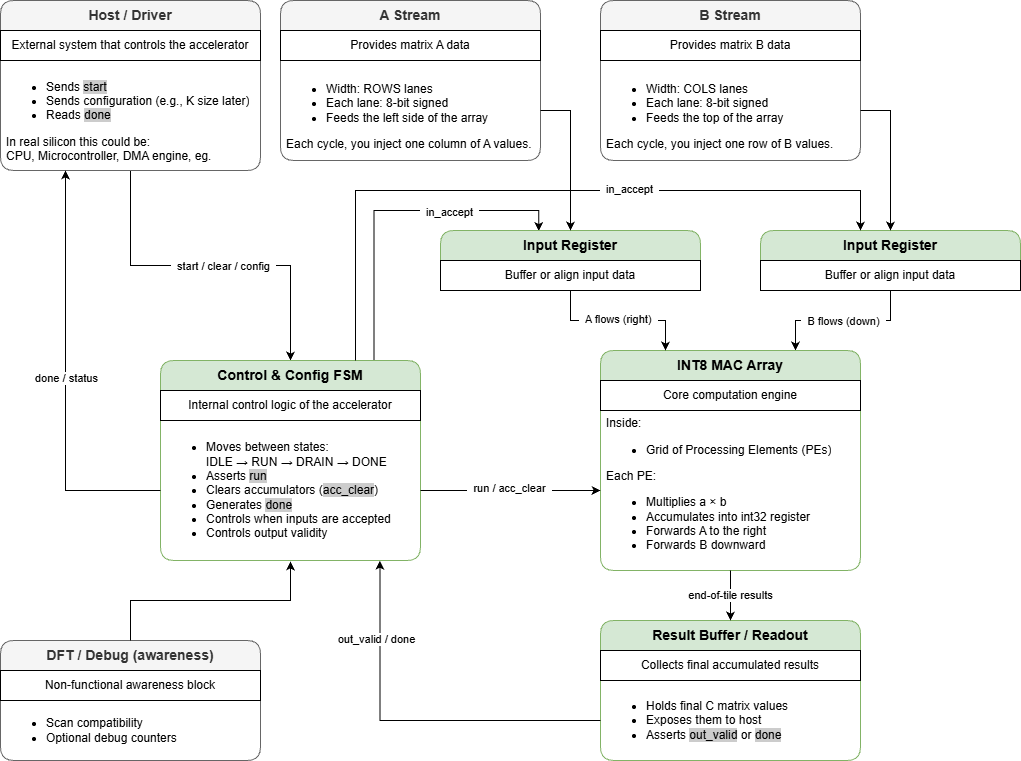
Earlier version of the draw.io export docs/figures/arch_overview.png (LironKng/int8-mac-array-accelerator). Source tidied: cells renumbered, new cells last; positions are measured from the earlier drawing's top-left corner, leaving out a move shared by most shapes.
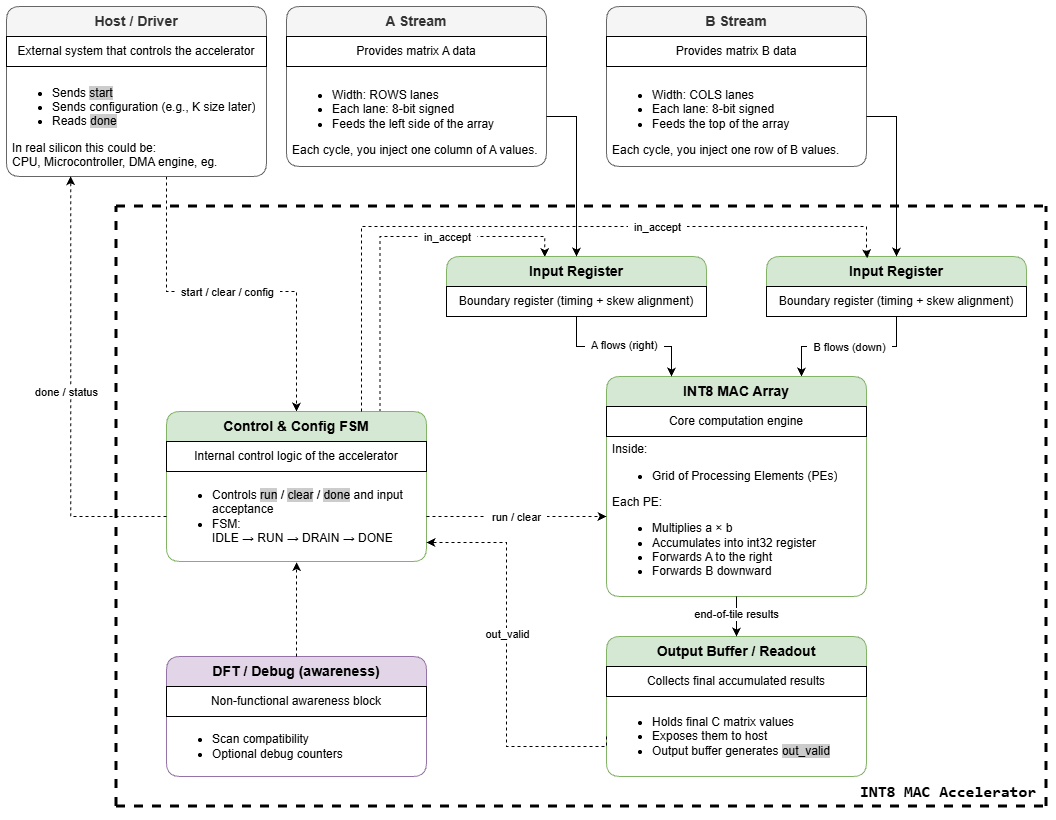
Above is the later version.

Commit message:
docs/figures: update arch_overview diagram

What changed in the source:
```diff
@@ -4,7 +4,7 @@
     <mxCell id="1" parent="0" />
-    <mxCell id="2" style="edgeStyle=orthogonalEdgeStyle;rounded=0;jettySize=auto;html=1;entryX=0.5;entryY=0;entryDx=0;entryDy=0;" parent="1" edge="1" target="9">
+    <mxCell id="2" style="edgeStyle=orthogonalEdgeStyle;rounded=0;jettySize=auto;html=1;entryX=0.5;entryY=0;entryDx=0;entryDy=0;exitX=0.5;exitY=1;exitDx=0;exitDy=0;exitPerimeter=0;dashed=1;" parent="1" edge="1" source="6" target="9">
       <mxGeometry relative="1" as="geometry">
-        <mxPoint x="130" y="170" as="sourcePoint" />
         <Array as="points">
-          <mxPoint x="130" y="265" />
+          <mxPoint x="160" y="150" />
+          <mxPoint x="160" y="265" />
           <mxPoint x="290" y="265" />
@@ -14,6 +14,8 @@
     <mxCell id="3" value="&amp;nbsp; start / clear / config&amp;nbsp;&amp;nbsp;" style="edgeLabel;html=1;align=center;verticalAlign=middle;" parent="2" vertex="1">
-      <mxGeometry x="0.07" relative="1" as="geometry" />
+      <mxGeometry x="0.07" relative="1" as="geometry">
+        <mxPoint x="-6" as="offset" />
+      </mxGeometry>
     </mxCell>
     <mxCell id="4" value="&lt;span style=&quot;font-weight: 700;&quot;&gt;&lt;font style=&quot;font-size: 14px;&quot;&gt;Host / Driver&lt;/font&gt;&lt;/span&gt;" style="swimlane;fontStyle=0;horizontal=1;startSize=30;whiteSpace=wrap;html=1;rounded=1;glass=0;shadow=0;fillColor=#f5f5f5;strokeColor=#666666;fontColor=#333333;" parent="1" vertex="1">
-      <mxGeometry width="260" height="170" as="geometry" />
+      <mxGeometry y="-20" width="260" height="170" as="geometry" />
     </mxCell>
@@ -25,3 +27,3 @@
     </mxCell>
-    <mxCell id="7" style="edgeStyle=orthogonalEdgeStyle;rounded=0;jettySize=auto;html=1;exitX=0.821;exitY=0.003;exitDx=0;exitDy=0;entryX=0.378;entryY=0.009;entryDx=0;entryDy=0;entryPerimeter=0;exitPerimeter=0;" parent="1" edge="1" source="9" target="23">
+    <mxCell id="7" style="edgeStyle=orthogonalEdgeStyle;rounded=0;jettySize=auto;html=1;exitX=0.821;exitY=0.003;exitDx=0;exitDy=0;entryX=0.378;entryY=0.009;entryDx=0;entryDy=0;entryPerimeter=0;exitPerimeter=0;dashed=1;" parent="1" edge="1" source="9" target="23">
       <mxGeometry relative="1" as="geometry">
@@ -34,6 +36,8 @@
     <mxCell id="8" value="&amp;nbsp; in_accept&amp;nbsp;&amp;nbsp;" style="edgeLabel;html=1;align=center;verticalAlign=middle;" parent="7" vertex="1">
-      <mxGeometry x="0.34" y="-1" relative="1" as="geometry" />
+      <mxGeometry x="0.34" y="-1" relative="1" as="geometry">
+        <mxPoint y="-1" as="offset" />
+      </mxGeometry>
     </mxCell>
     <mxCell id="9" value="&lt;span style=&quot;font-weight: 700;&quot;&gt;&lt;font style=&quot;font-size: 14px;&quot;&gt;Control &amp;amp; Config FSM&lt;/font&gt;&lt;/span&gt;" style="swimlane;fontStyle=0;horizontal=1;startSize=30;whiteSpace=wrap;html=1;rounded=1;glass=0;shadow=0;fillColor=#d5e8d4;strokeColor=#82b366;" parent="1" vertex="1">
-      <mxGeometry x="160" y="360" width="260" height="200" as="geometry" />
+      <mxGeometry x="160" y="385" width="260" height="150" as="geometry" />
     </mxCell>
@@ -42,7 +46,7 @@
     </mxCell>
-    <mxCell id="11" value="&lt;ul&gt;&lt;li&gt;&lt;font style=&quot;font-size: 12px;&quot;&gt;Moves between states: &lt;br&gt;IDLE → RUN → DRAIN → DONE&lt;/font&gt;&lt;/li&gt;&lt;li&gt;&lt;font style=&quot;font-size: 12px;&quot;&gt;Asserts &lt;span style=&quot;background-color: rgb(204, 204, 204);&quot;&gt;run&lt;/span&gt;&lt;/font&gt;&lt;/li&gt;&lt;li&gt;&lt;font style=&quot;font-size: 12px;&quot;&gt;Clears accumulators (&lt;span style=&quot;background-color: rgb(204, 204, 204);&quot;&gt;acc_clear&lt;/span&gt;)&lt;/font&gt;&lt;/li&gt;&lt;li&gt;&lt;font style=&quot;font-size: 12px;&quot;&gt;Generates &lt;span style=&quot;background-color: rgb(204, 204, 204);&quot;&gt;done&lt;/span&gt;&lt;/font&gt;&lt;/li&gt;&lt;li&gt;&lt;font style=&quot;font-size: 12px;&quot;&gt;&lt;span&gt;Controls when inputs are accepted&lt;/span&gt;&lt;/font&gt;&lt;/li&gt;&lt;li&gt;&lt;font style=&quot;font-size: 12px;&quot;&gt;&lt;span&gt;Controls output validity&lt;/span&gt;&lt;/font&gt;&lt;/li&gt;&lt;/ul&gt;" style="text;strokeColor=none;fillColor=none;align=left;verticalAlign=middle;spacingLeft=4;spacingRight=4;overflow=hidden;points=[[0,0.5],[1,0.5]];portConstraint=eastwest;whiteSpace=wrap;html=1;" parent="9" vertex="1">
-      <mxGeometry y="60" width="260" height="140" as="geometry" />
+    <mxCell id="11" value="&lt;ul&gt;&lt;li&gt;&lt;font style=&quot;&quot;&gt;Controls &lt;span style=&quot;background-color: rgb(204, 204, 204);&quot;&gt;run&lt;/span&gt;&lt;span&gt;&amp;nbsp;&lt;/span&gt;/&amp;nbsp;&lt;span style=&quot;background-color: rgb(204, 204, 204);&quot;&gt;clear&lt;/span&gt;&lt;span&gt;&amp;nbsp;&lt;/span&gt;/&amp;nbsp;&lt;span style=&quot;background-color: rgb(204, 204, 204);&quot;&gt;done&lt;/span&gt;&lt;span&gt; &lt;/span&gt;and input acceptance&lt;/font&gt;&lt;/li&gt;&lt;li&gt;FSM: &lt;br&gt;IDLE → RUN → DRAIN → DONE&lt;/li&gt;&lt;/ul&gt;" style="text;strokeColor=none;fillColor=none;align=left;verticalAlign=middle;spacingLeft=4;spacingRight=4;overflow=hidden;points=[[0,0.5],[1,0.5]];portConstraint=eastwest;whiteSpace=wrap;html=1;" parent="9" vertex="1">
+      <mxGeometry y="60" width="260" height="90" as="geometry" />
     </mxCell>
     <mxCell id="12" value="&lt;span style=&quot;font-size: 14px;&quot;&gt;&lt;b&gt;A Stream&lt;/b&gt;&lt;/span&gt;" style="swimlane;fontStyle=0;horizontal=1;startSize=30;whiteSpace=wrap;html=1;rounded=1;glass=0;shadow=0;fillColor=#f5f5f5;strokeColor=#666666;fontColor=#333333;" parent="1" vertex="1">
-      <mxGeometry x="280" width="260" height="160" as="geometry" />
+      <mxGeometry x="280" y="-20" width="260" height="160" as="geometry" />
     </mxCell>
@@ -55,3 +59,3 @@
     <mxCell id="15" value="&lt;span style=&quot;font-size: 14px;&quot;&gt;&lt;b&gt;B Stream&lt;/b&gt;&lt;/span&gt;" style="swimlane;fontStyle=0;horizontal=1;startSize=30;whiteSpace=wrap;html=1;rounded=1;glass=0;shadow=0;fillColor=#f5f5f5;strokeColor=#666666;fontColor=#333333;" parent="1" vertex="1">
-      <mxGeometry x="600" width="260" height="160" as="geometry" />
+      <mxGeometry x="600" y="-20" width="260" height="160" as="geometry" />
     </mxCell>
@@ -63,4 +67,4 @@
     </mxCell>
-    <mxCell id="18" value="&lt;span style=&quot;font-size: 14px;&quot;&gt;&lt;b&gt;DFT / Debug (awareness)&lt;/b&gt;&lt;/span&gt;" style="swimlane;fontStyle=0;horizontal=1;startSize=30;whiteSpace=wrap;html=1;rounded=1;glass=0;shadow=0;fillColor=#f5f5f5;strokeColor=#666666;fontColor=#333333;" parent="1" vertex="1">
-      <mxGeometry y="640" width="260" height="120" as="geometry" />
+    <mxCell id="18" value="&lt;span style=&quot;font-size: 14px;&quot;&gt;&lt;b&gt;DFT / Debug (awareness)&lt;/b&gt;&lt;/span&gt;" style="swimlane;fontStyle=0;horizontal=1;startSize=30;whiteSpace=wrap;html=1;rounded=1;glass=0;shadow=0;fillColor=#e1d5e7;strokeColor=#9673a6;" parent="1" vertex="1">
+      <mxGeometry x="160" y="630" width="260" height="120" as="geometry" />
     </mxCell>
@@ -72,7 +76,6 @@
     </mxCell>
-    <mxCell id="21" style="edgeStyle=orthogonalEdgeStyle;rounded=0;jettySize=auto;html=1;exitX=0;exitY=0.5;exitDx=0;exitDy=0;" parent="1" edge="1" source="11">
+    <mxCell id="21" style="edgeStyle=orthogonalEdgeStyle;rounded=0;jettySize=auto;html=1;exitX=0;exitY=0.5;exitDx=0;exitDy=0;entryX=0.247;entryY=0.998;entryDx=0;entryDy=0;entryPerimeter=0;dashed=1;" parent="1" edge="1" source="11" target="6">
       <mxGeometry relative="1" as="geometry">
-        <mxPoint x="65" y="170" as="targetPoint" />
         <Array as="points">
-          <mxPoint x="65" y="490" />
+          <mxPoint x="64" y="490" />
         </Array>
@@ -81,3 +84,5 @@
     <mxCell id="22" value="&amp;nbsp; done / status&amp;nbsp;&amp;nbsp;" style="edgeLabel;html=1;align=center;verticalAlign=middle;" parent="21" vertex="1">
-      <mxGeometry relative="1" as="geometry" />
+      <mxGeometry relative="1" as="geometry">
+        <mxPoint x="-5" y="-3" as="offset" />
+      </mxGeometry>
     </mxCell>
@@ -86,3 +91,3 @@
     </mxCell>
-    <mxCell id="24" value="Buffer or align input data" style="whiteSpace=wrap;html=1;" parent="23" vertex="1">
+    <mxCell id="24" value="Boundary register (timing + skew alignment)" style="whiteSpace=wrap;html=1;" parent="23" vertex="1">
       <mxGeometry y="30" width="260" height="30" as="geometry" />
@@ -98,3 +103,3 @@
     </mxCell>
-    <mxCell id="28" value="Buffer or align input data" style="whiteSpace=wrap;html=1;" parent="27" vertex="1">
+    <mxCell id="28" value="Boundary register (timing + skew alignment)" style="whiteSpace=wrap;html=1;" parent="27" vertex="1">
       <mxGeometry y="30" width="260" height="30" as="geometry" />
@@ -107,3 +112,3 @@
     </mxCell>
-    <mxCell id="31" style="edgeStyle=orthogonalEdgeStyle;rounded=0;jettySize=auto;html=1;exitX=0.5;exitY=0;exitDx=0;exitDy=0;entryX=0.5;entryY=1.007;entryDx=0;entryDy=0;entryPerimeter=0;" parent="1" edge="1" source="18" target="11">
+    <mxCell id="31" style="edgeStyle=orthogonalEdgeStyle;rounded=0;jettySize=auto;html=1;exitX=0.5;exitY=0;exitDx=0;exitDy=0;entryX=0.5;entryY=1.007;entryDx=0;entryDy=0;entryPerimeter=0;dashed=1;" parent="1" edge="1" source="18" target="11">
       <mxGeometry relative="1" as="geometry" />
@@ -125,17 +130,16 @@
     </mxCell>
-    <mxCell id="37" style="edgeStyle=orthogonalEdgeStyle;rounded=0;jettySize=auto;html=1;exitX=1;exitY=0.5;exitDx=0;exitDy=0;entryX=0;entryY=0.5;entryDx=0;entryDy=0;" parent="1" edge="1" source="11" target="34">
+    <mxCell id="37" style="edgeStyle=orthogonalEdgeStyle;rounded=0;jettySize=auto;html=1;exitX=1;exitY=0.5;exitDx=0;exitDy=0;entryX=0;entryY=0.5;entryDx=0;entryDy=0;dashed=1;" parent="1" edge="1" source="11" target="34">
       <mxGeometry relative="1" as="geometry" />
     </mxCell>
-    <mxCell id="38" value="&amp;nbsp; run / acc_clear&amp;nbsp;&amp;nbsp;" style="edgeLabel;html=1;align=center;verticalAlign=middle;" parent="37" vertex="1">
+    <mxCell id="38" value="&amp;nbsp; run / clear&amp;nbsp;&amp;nbsp;" style="edgeLabel;html=1;align=center;verticalAlign=middle;" parent="37" vertex="1">
       <mxGeometry x="-0.01" y="3" relative="1" as="geometry">
-        <mxPoint x="-1" as="offset" />
+        <mxPoint x="-1" y="3" as="offset" />
       </mxGeometry>
     </mxCell>
-    <mxCell id="39" style="edgeStyle=orthogonalEdgeStyle;rounded=0;jettySize=auto;html=1;exitX=0.75;exitY=0;exitDx=0;exitDy=0;" parent="1" edge="1" source="9">
+    <mxCell id="39" style="edgeStyle=orthogonalEdgeStyle;rounded=0;jettySize=auto;html=1;exitX=0.75;exitY=0;exitDx=0;exitDy=0;entryX=0.387;entryY=0.029;entryDx=0;entryDy=0;entryPerimeter=0;dashed=1;" parent="1" edge="1" source="9" target="27">
       <mxGeometry relative="1" as="geometry">
-        <mxPoint x="861" y="230" as="targetPoint" />
         <Array as="points">
-          <mxPoint x="355" y="190" />
-          <mxPoint x="860" y="190" />
-          <mxPoint x="860" y="230" />
+          <mxPoint x="355" y="200" />
+          <mxPoint x="860" y="200" />
+          <mxPoint x="860" y="220" />
         </Array>
@@ -144,6 +148,8 @@
     <mxCell id="40" value="&amp;nbsp; in_accept&amp;nbsp;&amp;nbsp;" style="edgeLabel;html=1;align=center;verticalAlign=middle;" parent="39" vertex="1">
-      <mxGeometry x="0.24" y="2" relative="1" as="geometry" />
+      <mxGeometry x="0.24" y="2" relative="1" as="geometry">
+        <mxPoint x="33" y="2" as="offset" />
+      </mxGeometry>
     </mxCell>
-    <mxCell id="41" value="&lt;span style=&quot;font-size: 14px;&quot;&gt;&lt;b&gt;Result Buffer / Readout&lt;/b&gt;&lt;/span&gt;" style="swimlane;fontStyle=0;horizontal=1;startSize=30;whiteSpace=wrap;html=1;rounded=1;glass=0;shadow=0;fillColor=#d5e8d4;strokeColor=#82b366;" parent="1" vertex="1">
-      <mxGeometry x="600" y="620" width="260" height="140" as="geometry" />
+    <mxCell id="41" value="&lt;span style=&quot;font-size: 14px;&quot;&gt;&lt;b&gt;Output Buffer / Readout&lt;/b&gt;&lt;/span&gt;" style="swimlane;fontStyle=0;horizontal=1;startSize=30;whiteSpace=wrap;html=1;rounded=1;glass=0;shadow=0;fillColor=#d5e8d4;strokeColor=#82b366;" parent="1" vertex="1">
+      <mxGeometry x="600" y="610" width="260" height="140" as="geometry" />
     </mxCell>
@@ -152,3 +158,3 @@
     </mxCell>
-    <mxCell id="43" value="&lt;ul&gt;&lt;li&gt;Holds final C matrix values&lt;/li&gt;&lt;li&gt;Exposes them to host&lt;/li&gt;&lt;li&gt;Asserts &lt;span style=&quot;background-color: rgb(204, 204, 204);&quot;&gt;out_valid&lt;/span&gt;&lt;span&gt; &lt;/span&gt;or &lt;span style=&quot;background-color: rgb(204, 204, 204);&quot;&gt;done&lt;/span&gt;&lt;/li&gt;&lt;/ul&gt;" style="text;strokeColor=none;fillColor=none;align=left;verticalAlign=middle;spacingLeft=4;spacingRight=4;overflow=hidden;points=[[0,0.5],[1,0.5]];portConstraint=eastwest;whiteSpace=wrap;html=1;" parent="41" vertex="1">
+    <mxCell id="43" value="&lt;ul&gt;&lt;li&gt;Holds final C matrix values&lt;/li&gt;&lt;li&gt;Exposes them to host&lt;/li&gt;&lt;li&gt;Output buffer generates&amp;nbsp;&lt;span style=&quot;background-color: rgb(204, 204, 204);&quot;&gt;out_valid&lt;/span&gt;&lt;/li&gt;&lt;/ul&gt;" style="text;strokeColor=none;fillColor=none;align=left;verticalAlign=middle;spacingLeft=4;spacingRight=4;overflow=hidden;points=[[0,0.5],[1,0.5]];portConstraint=eastwest;whiteSpace=wrap;html=1;" parent="41" vertex="1">
       <mxGeometry y="60" width="260" height="80" as="geometry" />
@@ -159,10 +165,46 @@
     <mxCell id="45" value="&amp;nbsp; end-of-tile results&amp;nbsp;&amp;nbsp;" style="edgeLabel;html=1;align=center;verticalAlign=middle;" parent="44" vertex="1">
-      <mxGeometry x="-0.02" y="-1" relative="1" as="geometry" />
+      <mxGeometry x="-0.02" y="-1" relative="1" as="geometry">
+        <mxPoint y="-3" as="offset" />
+      </mxGeometry>
     </mxCell>
-    <mxCell id="46" style="edgeStyle=orthogonalEdgeStyle;rounded=0;jettySize=auto;html=1;exitX=0;exitY=0.5;exitDx=0;exitDy=0;entryX=0.844;entryY=1.002;entryDx=0;entryDy=0;entryPerimeter=0;" parent="1" edge="1" source="43" target="11">
-      <mxGeometry relative="1" as="geometry" />
+    <mxCell id="46" style="edgeStyle=orthogonalEdgeStyle;rounded=0;jettySize=auto;html=1;exitX=0;exitY=0.5;exitDx=0;exitDy=0;entryX=1;entryY=0.789;entryDx=0;entryDy=0;entryPerimeter=0;dashed=1;" parent="1" edge="1" source="43" target="11">
+      <mxGeometry relative="1" as="geometry">
+        <Array as="points">
+          <mxPoint x="500" y="720" />
+          <mxPoint x="500" y="516" />
+        </Array>
+      </mxGeometry>
     </mxCell>
-    <mxCell id="47" value="&amp;nbsp; out_valid / done&amp;nbsp;&amp;nbsp;" style="edgeLabel;html=1;align=center;verticalAlign=middle;" parent="46" vertex="1">
-      <mxGeometry x="0.59" y="4" relative="1" as="geometry" />
+    <mxCell id="47" value="&amp;nbsp; out_valid&amp;nbsp;&amp;nbsp;" style="edgeLabel;html=1;align=center;verticalAlign=middle;" parent="46" vertex="1">
+      <mxGeometry x="0.59" y="4" relative="1" as="geometry">
+        <mxPoint y="87" as="offset" />
+      </mxGeometry>
     </mxCell>
+    <mxCell id="48" style="endArrow=none;dashed=1;html=1;rounded=0;strokeWidth=3;shadow=0;flowAnimation=0;" parent="1" edge="1">
+      <mxGeometry relative="1" as="geometry">
+        <mxPoint x="110" y="180" as="sourcePoint" />
+        <mxPoint x="1040" y="180" as="targetPoint" />
+      </mxGeometry>
+    </mxCell>
+    <mxCell id="49" style="endArrow=none;dashed=1;html=1;rounded=0;strokeWidth=3;shadow=0;flowAnimation=0;" parent="1" edge="1">
+      <mxGeometry relative="1" as="geometry">
+        <mxPoint x="110" y="780" as="sourcePoint" />
+        <mxPoint x="1040" y="780" as="targetPoint" />
+      </mxGeometry>
+    </mxCell>
+    <mxCell id="50" style="endArrow=none;dashed=1;html=1;rounded=0;strokeWidth=3;shadow=0;flowAnimation=0;" parent="1" edge="1">
+      <mxGeometry relative="1" as="geometry">
+        <mxPoint x="110" y="780" as="sourcePoint" />
+        <mxPoint x="110" y="180" as="targetPoint" />
+      </mxGeometry>
+    </mxCell>
+    <mxCell id="51" style="endArrow=none;dashed=1;html=1;rounded=0;strokeWidth=3;shadow=0;flowAnimation=0;" parent="1" edge="1">
+      <mxGeometry relative="1" as="geometry">
+        <mxPoint x="1040" y="780" as="sourcePoint" />
+        <mxPoint x="1040" y="180" as="targetPoint" />
+      </mxGeometry>
+    </mxCell>
+    <mxCell id="52" value="&lt;pre class=&quot;overflow-visible! px-0!&quot;&gt;&lt;div class=&quot;w-full my-4&quot;&gt;&lt;div class=&quot;&quot;&gt;&lt;div class=&quot;relative&quot;&gt;&lt;div class=&quot;h-full min-h-0 min-w-0&quot;&gt;&lt;div class=&quot;h-full min-h-0 min-w-0&quot;&gt;&lt;div class=&quot;border corner-superellipse/1.1 border-token-border-light bg-token-bg-elevated-secondary rounded-3xl&quot;&gt;&lt;div class=&quot;corner-superellipse/1.1 rounded-3xl bg-token-bg-elevated-secondary&quot;&gt;&lt;div class=&quot;relative z-0 flex max-w-full&quot;&gt;&lt;div id=&quot;code-block-viewer&quot; dir=&quot;ltr&quot; class=&quot;q9tKkq_viewer cm-editor z-10 light:cm-light dark:cm-light flex h-full w-full flex-col items-stretch ͼk ͼy&quot;&gt;&lt;div class=&quot;cm-scroller&quot;&gt;&lt;div class=&quot;cm-content q9tKkq_readonly&quot;&gt;&lt;font style=&quot;font-size: 16px;&quot;&gt;&lt;b style=&quot;&quot;&gt;INT8 MAC Accelerator&lt;/b&gt;&lt;/font&gt;&lt;/div&gt;&lt;/div&gt;&lt;/div&gt;&lt;/div&gt;&lt;/div&gt;&lt;/div&gt;&lt;/div&gt;&lt;/div&gt;&lt;/div&gt;&lt;/div&gt;&lt;/div&gt;&lt;/pre&gt;&lt;p&gt;&lt;/p&gt;" style="text;html=1;whiteSpace=wrap;strokeColor=none;fillColor=none;align=center;verticalAlign=middle;rounded=0;" parent="1" vertex="1">
+      <mxGeometry x="872" y="760" width="140" height="10" as="geometry" />
+    </mxCell>
   </root>
```
